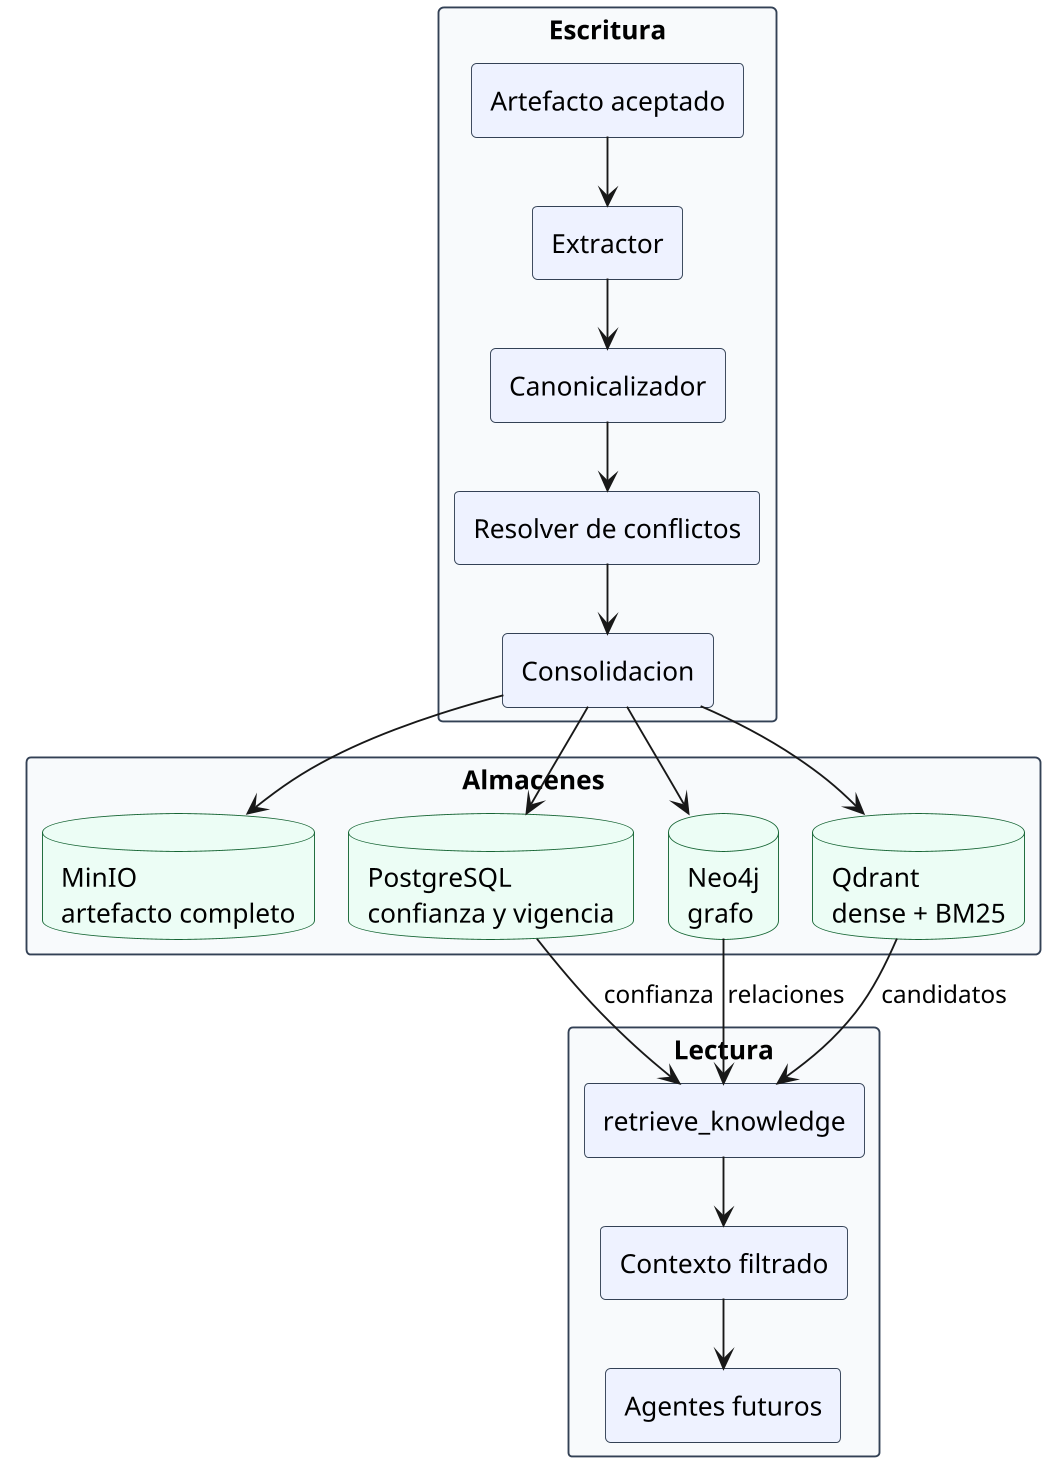
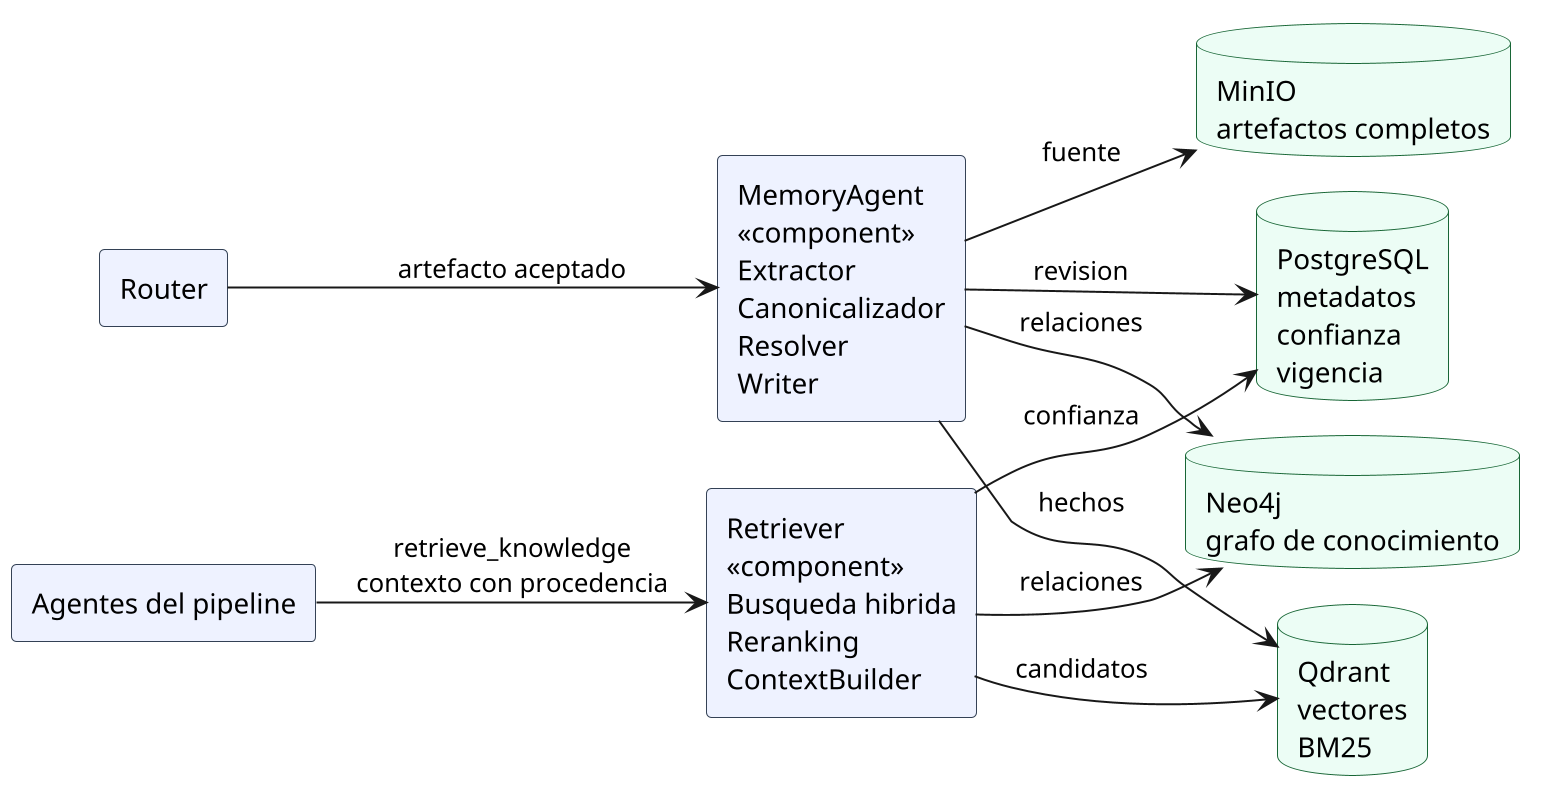
@startuml
!pragma layout smetana
- top to bottom direction
+ left to right direction
skinparam backgroundColor white
- skinparam dpi 180
+ skinparam dpi 190
skinparam shadowing false
skinparam defaultFontName Helvetica
+ skinparam linetype ortho
skinparam componentStyle rectangle
skinparam packageStyle rectangle
- skinparam package {
-   BorderColor #334155
-   BackgroundColor #F8FAFC
- }
skinparam component {
  BorderColor #334155
  BackgroundColor #EEF2FF
}
skinparam database {
  BorderColor #166534
  BackgroundColor #ECFDF5
}

- package "Escritura" {
-   component "Artefacto aceptado" as Accepted
-   component "Extractor" as Extractor
-   component "Canonicalizador" as Canon
-   component "Resolver de conflictos" as Resolver
-   component "Consolidacion" as Consolidation
- }
+ component "Router" as Router
+ component "Agentes del pipeline" as Agents

- package "Almacenes" {
-   database "MinIO\nartefacto completo" as MinIO
-   database "PostgreSQL\nconfianza y vigencia" as PG
-   database "Neo4j\ngrafo" as Neo4j
-   database "Qdrant\ndense + BM25" as Qdrant
- }
+ component "MemoryAgent\n<<component>>\nExtractor\nCanonicalizador\nResolver\nWriter" as Memory
+ component "Retriever\n<<component>>\nBusqueda hibrida\nReranking\nContextBuilder" as Retriever

- package "Lectura" {
-   component "retrieve_knowledge" as Retrieve
-   component "Contexto filtrado" as Context
-   component "Agentes futuros" as FutureAgents
- }
+ database "MinIO\nartefactos completos" as MinIO
+ database "PostgreSQL\nmetadatos\nconfianza\nvigencia" as PG
+ database "Neo4j\ngrafo de conocimiento" as Neo4j
+ database "Qdrant\nvectores\nBM25" as Qdrant

- Accepted -down-> Extractor
- Extractor -down-> Canon
- Canon -down-> Resolver
- Resolver -down-> Consolidation
+ Router --> Memory : artefacto aceptado
+ Memory --> MinIO : fuente
+ Memory --> PG : revision
+ Memory --> Neo4j : relaciones
+ Memory --> Qdrant : hechos

- Consolidation -down-> MinIO
- Consolidation -down-> PG
- Consolidation -down-> Neo4j
- Consolidation -down-> Qdrant
- 
- Neo4j -down-> Retrieve : relaciones
- Qdrant -down-> Retrieve : candidatos
- PG -down-> Retrieve : confianza
- MinIO -[hidden]right- PG
- PG -[hidden]right- Neo4j
- Neo4j -[hidden]right- Qdrant
- 
- Retrieve -down-> Context
- Context -down-> FutureAgents
+ Agents --> Retriever : retrieve_knowledge\ncontexto con procedencia
+ Retriever --> Neo4j : relaciones
+ Retriever --> Qdrant : candidatos
+ Retriever --> PG : confianza
@enduml
